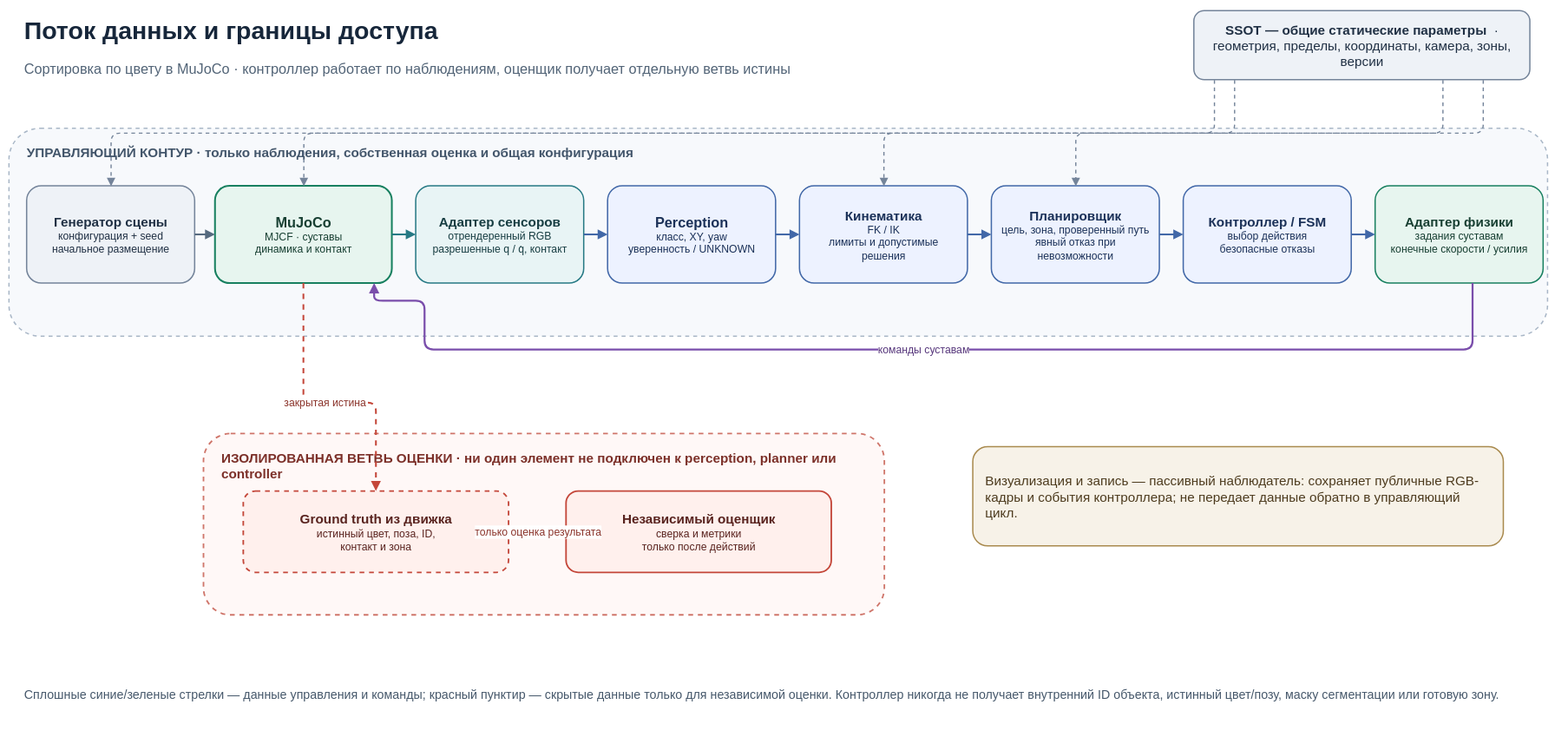
Above: 03_Модель_и_схемы/architecture/Архитектура_M1.svg in Garun-mp4/kursach-ruslan (draw.io), before the change. Source tidied: cells renumbered, new cells last; positions are measured from the earlier drawing's top-left corner, leaving out a move shared by most shapes.
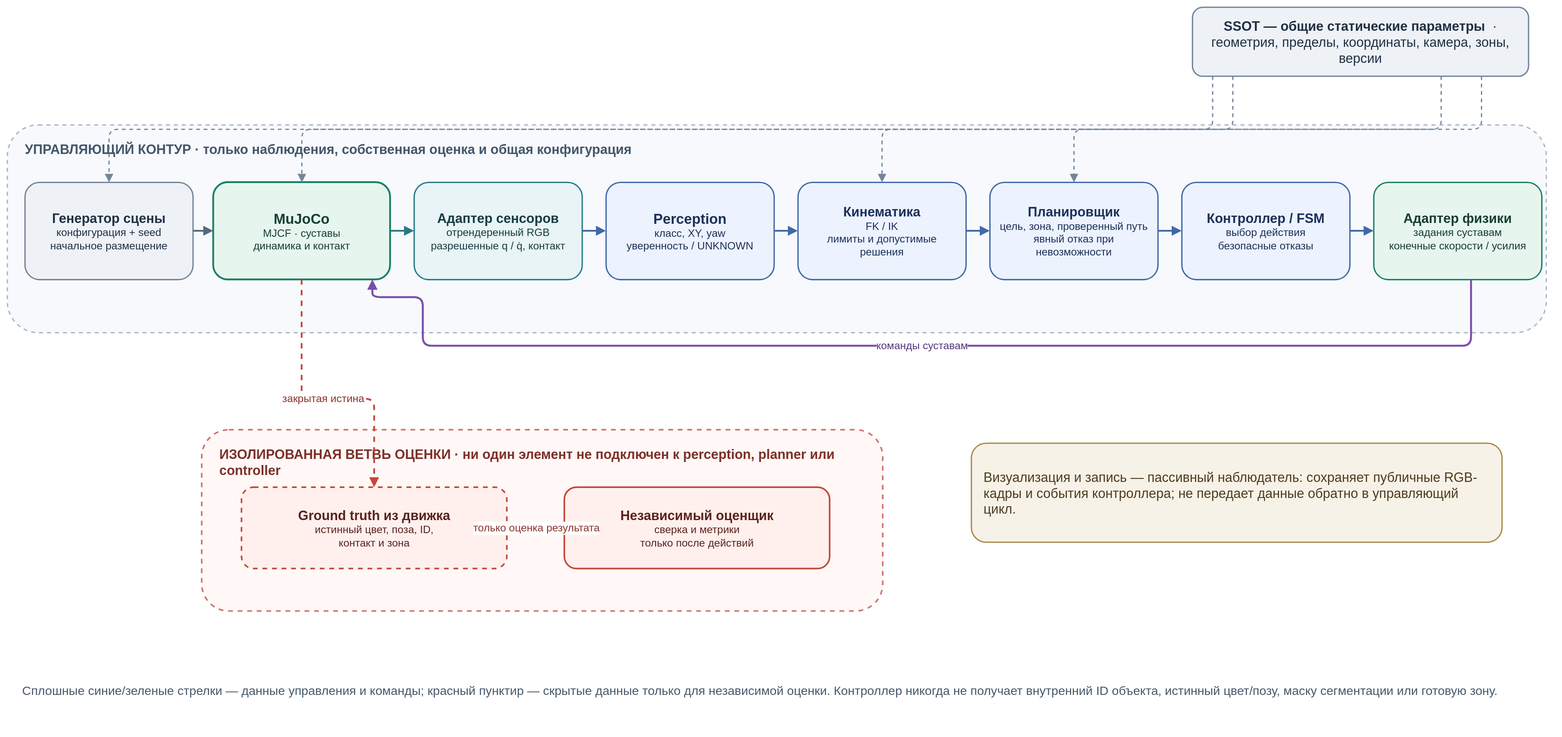
After the commit.

The edit, as a diff of the source:
```diff
@@ -2,12 +2,6 @@
   <root>
     <mxCell id="0" />
     <mxCell id="1" parent="0" />
-    <mxCell id="2" value="Поток данных и границы доступа" style="text;html=1;strokeColor=none;fillColor=none;align=left;verticalAlign=middle;whiteSpace=wrap;rounded=0;fontColor=#16263A;fontSize=28;fontStyle=1;" parent="1" vertex="1">
-      <mxGeometry x="15" width="980" height="48" as="geometry" />
-    </mxCell>
-    <mxCell id="3" value="Сортировка по цвету в MuJoCo · контроллер работает по наблюдениям, оценщик получает отдельную ветвь истины" style="text;html=1;strokeColor=none;fillColor=none;align=left;verticalAlign=middle;whiteSpace=wrap;rounded=0;fontColor=#526477;fontSize=16;" parent="1" vertex="1">
-      <mxGeometry x="15" y="52" width="1270" height="30" as="geometry" />
-    </mxCell>
     <mxCell id="4" value="&lt;b&gt;SSOT — общие статические параметры&lt;/b&gt;&amp;nbsp; · геометрия, пределы, координаты, камера, зоны, версии" style="rounded=1;whiteSpace=wrap;html=1;fillColor=#EEF2F7;strokeColor=#74849A;fontColor=#203044;fontSize=15;align=center;verticalAlign=middle;spacing=8;strokeWidth=1.5;" parent="1" vertex="1">
       <mxGeometry x="1340" y="2" width="380" height="78" as="geometry" />
     </mxCell>
```
